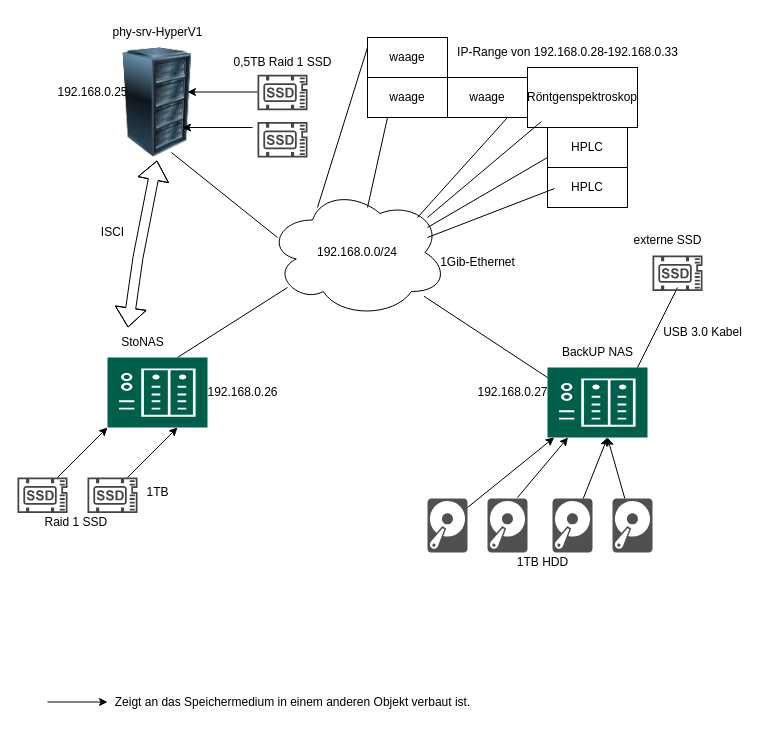
Lorin2007/projekte keeps this draw.io diagram as Netzwerkplanaufgabe1.drawio. Above is the earlier version. Source tidied: cells renumbered, new cells numbered last; positions are measured from the earlier drawing's top-left corner, leaving out a move shared by most shapes. Both pictures are drawn from the tidied source at 100%, with x=0, y=0 at pixel (17, 17).
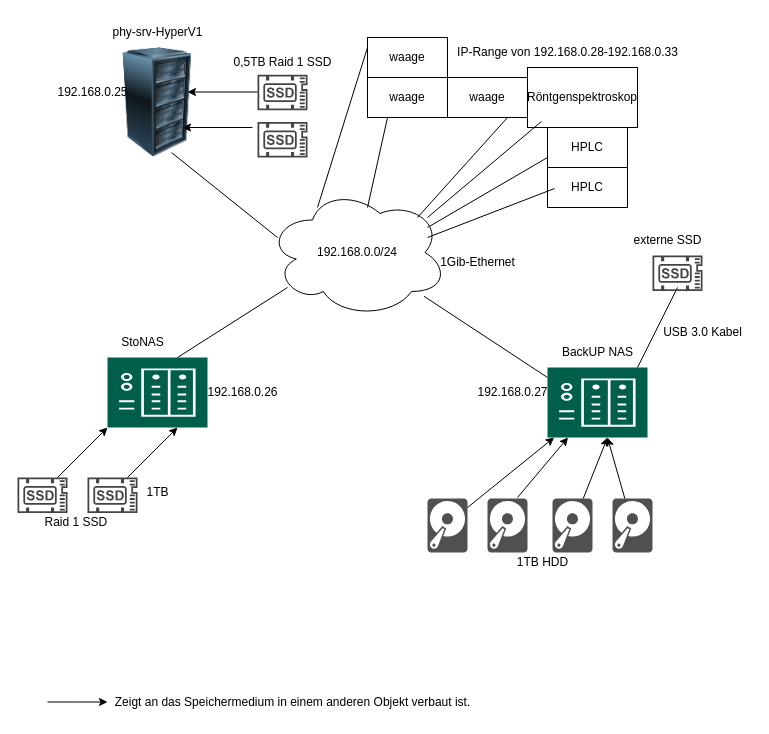
The same page after the edit.

Change to the diagram source:
```diff
@@
-    <mxCell id="11" style="shape=flexArrow;endArrow=classic;startArrow=classic;html=1;rounded=0;entryX=0.35;entryY=1.027;entryDx=0;entryDy=0;entryPerimeter=0;" parent="1" edge="1">
-      <mxGeometry relative="1" as="geometry">
-        <mxPoint x="110.5" y="310" as="sourcePoint" />
-        <mxPoint x="139.5" y="143" as="targetPoint" />
-        <Array as="points">
-          <mxPoint x="120.5" y="240" />
-        </Array>
-      </mxGeometry>
-    </mxCell>
-    <mxCell id="12" value="ISCI" style="text;html=1;align=center;verticalAlign=middle;strokeColor=none;fillColor=none;" parent="1" vertex="1">
-      <mxGeometry x="70" y="200" width="50" height="30" as="geometry" />
-    </mxCell>
```
